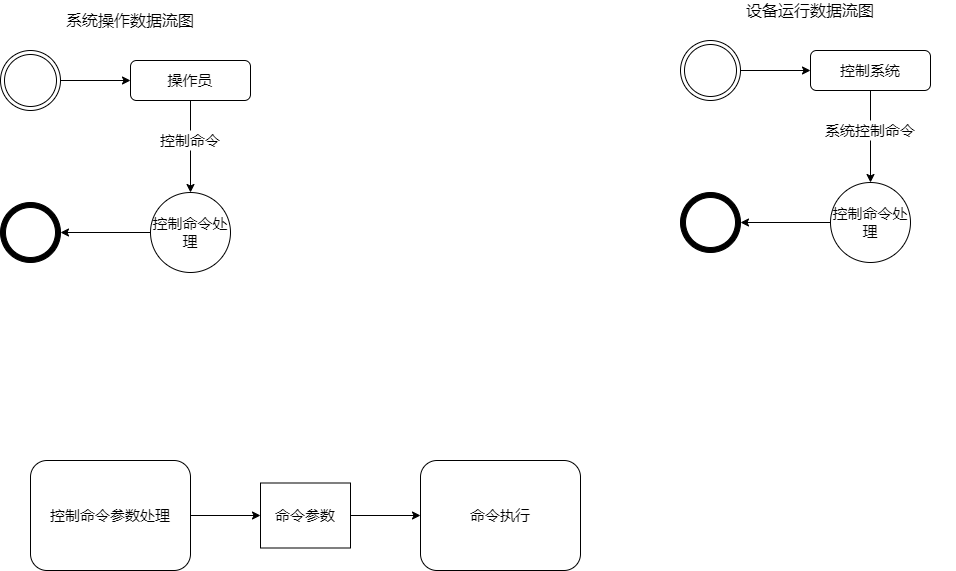
The draw.io diagram 日志级别.png in PineappleWatermelon/Image, before a commit. Source tidied: cells renumbered, new cells last; positions are measured from the earlier drawing's top-left corner, leaving out a move shared by most shapes.
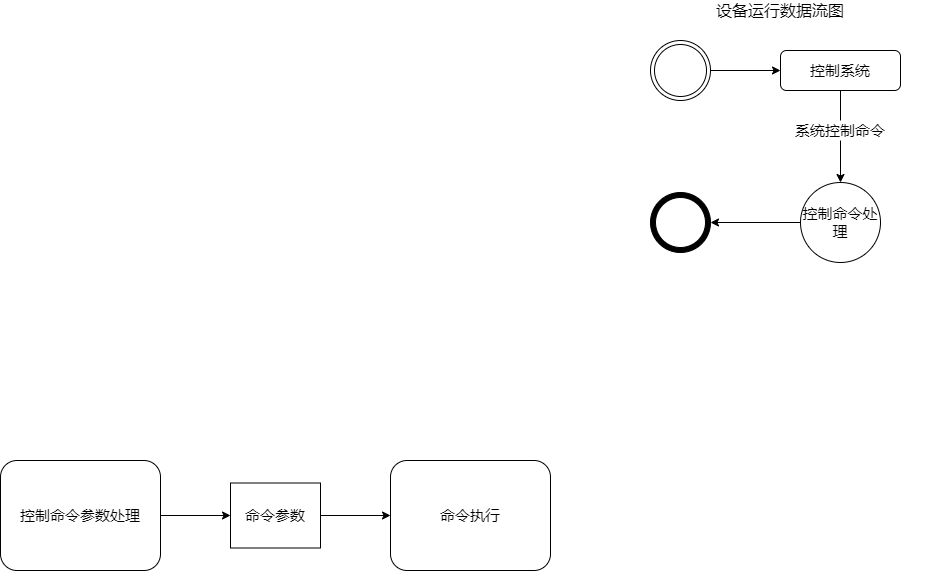
The same file after the commit.

Change to the diagram source:
```diff
@@ -2,39 +2,6 @@
   <root>
     <mxCell id="0" />
     <mxCell id="1" parent="0" />
-    <mxCell id="2" style="edgeStyle=orthogonalEdgeStyle;rounded=0;jettySize=auto;html=1;exitX=0.5;exitY=1;exitDx=0;exitDy=0;fontSize=15;startArrow=none;" parent="1" edge="1" source="10" target="9">
-      <mxGeometry relative="1" as="geometry" />
-    </mxCell>
-    <mxCell id="3" value="操作员" style="rounded=1;whiteSpace=wrap;html=1;fontSize=15;glass=0;strokeWidth=1;shadow=0;" parent="1" vertex="1">
-      <mxGeometry x="130" y="60" width="120" height="40" as="geometry" />
-    </mxCell>
-    <mxCell id="4" style="edgeStyle=orthogonalEdgeStyle;rounded=0;jettySize=auto;html=1;exitX=1;exitY=0.5;exitDx=0;exitDy=0;entryX=0;entryY=0.5;entryDx=0;entryDy=0;fontSize=15;" parent="1" edge="1" source="5" target="3">
-      <mxGeometry relative="1" as="geometry" />
-    </mxCell>
-    <mxCell id="5" style="ellipse;shape=doubleEllipse;whiteSpace=wrap;html=1;fontSize=15;perimeter=ellipsePerimeter;noLabel=1;" parent="1" vertex="1">
-      <mxGeometry y="50" width="60" height="60" as="geometry" />
-    </mxCell>
-    <mxCell id="6" style="ellipse;whiteSpace=wrap;html=1;fontSize=15;fillColor=#000000;" parent="1" vertex="1">
-      <mxGeometry y="202" width="60" height="60" as="geometry" />
-    </mxCell>
-    <mxCell id="7" style="ellipse;whiteSpace=wrap;html=1;fontSize=15;" parent="1" vertex="1">
-      <mxGeometry x="5" y="207" width="50" height="50" as="geometry" />
-    </mxCell>
-    <mxCell id="8" style="edgeStyle=orthogonalEdgeStyle;rounded=0;jettySize=auto;html=1;exitX=0;exitY=0.5;exitDx=0;exitDy=0;fontSize=15;entryX=1;entryY=0.5;entryDx=0;entryDy=0;" parent="1" edge="1" source="9" target="6">
-      <mxGeometry relative="1" as="geometry" />
-    </mxCell>
-    <mxCell id="9" value="控制命令处理" style="ellipse;whiteSpace=wrap;html=1;fontSize=15;fillColor=#FFFFFF;" parent="1" vertex="1">
-      <mxGeometry x="150" y="192" width="80" height="80" as="geometry" />
-    </mxCell>
-    <mxCell id="10" value="控制命令" style="text;html=1;strokeColor=none;fillColor=none;align=center;verticalAlign=middle;whiteSpace=wrap;rounded=0;fontSize=15;" parent="1" vertex="1">
-      <mxGeometry x="105" y="130" width="170" height="20" as="geometry" />
-    </mxCell>
-    <mxCell id="11" style="edgeStyle=orthogonalEdgeStyle;rounded=0;jettySize=auto;html=1;exitX=0.5;exitY=1;exitDx=0;exitDy=0;fontSize=15;endArrow=none;" parent="1" edge="1" source="3" target="10">
-      <mxGeometry relative="1" as="geometry" />
-    </mxCell>
-    <mxCell id="12" value="&lt;font style=&quot;font-size: 16px&quot;&gt;系统操作数据流图&lt;/font&gt;" style="text;html=1;strokeColor=none;fillColor=none;align=center;verticalAlign=middle;whiteSpace=wrap;rounded=0;dashed=1;" parent="1" vertex="1">
-      <mxGeometry x="40" y="10" width="180" height="20" as="geometry" />
-    </mxCell>
     <mxCell id="13" style="edgeStyle=orthogonalEdgeStyle;rounded=0;jettySize=auto;html=1;exitX=0.5;exitY=1;exitDx=0;exitDy=0;fontSize=15;startArrow=none;" parent="1" edge="1" source="21" target="20">
       <mxGeometry relative="1" as="geometry" />
     </mxCell>
```
